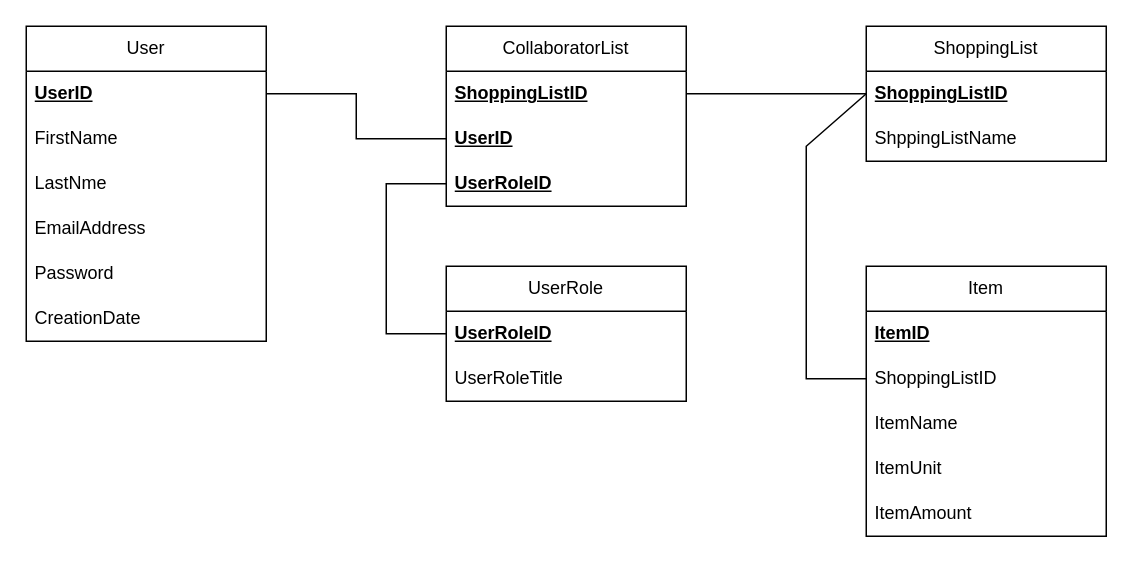
This is Shopping_List_Database_Draft_Schema.drawio from BS-Portfolio/DotShoppingList, a draw.io file, before an edit. Source tidied: cells renumbered, new cells numbered last; positions are measured from the earlier drawing's top-left corner, leaving out a move shared by most shapes. Both pictures are drawn from the tidied source at 150%, with x=0, y=0 at pixel (26, 26).
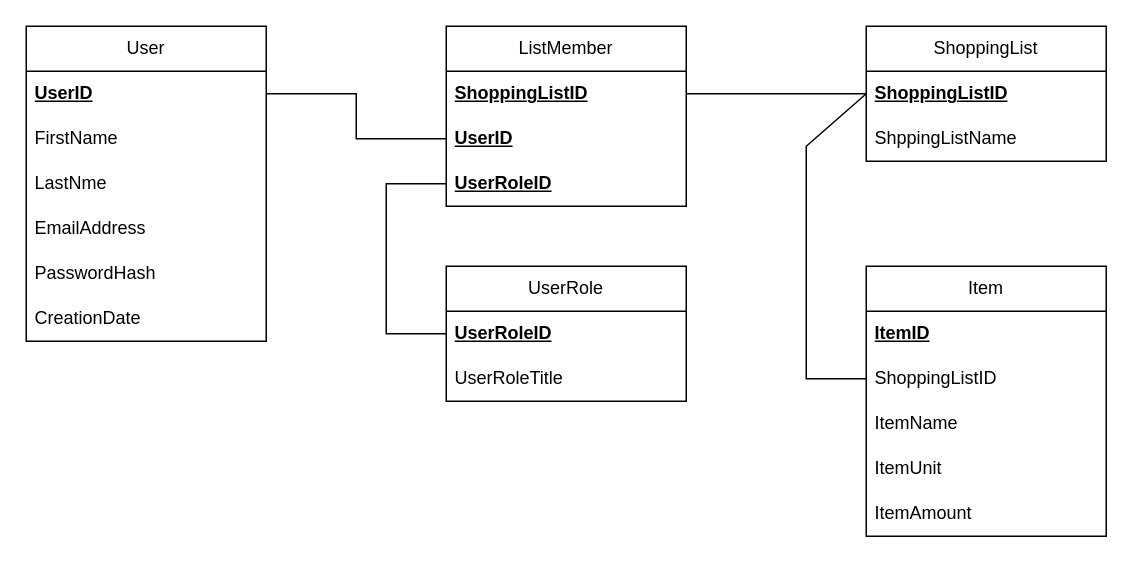
After the change.

The change refers to these unchanged cells:
```xml
<mxCell id="2" value="User" style="swimlane;fontStyle=0;horizontal=1;startSize=30;whiteSpace=wrap;html=1;" parent="1" vertex="1">
  <mxGeometry width="160" height="210" as="geometry" />
</mxCell>
```

Change to the diagram source:
```diff
@@
-    <mxCell id="7" value="Password" style="text;strokeColor=none;fillColor=none;align=left;verticalAlign=middle;spacingLeft=4;spacingRight=4;overflow=hidden;whiteSpace=wrap;html=1;" parent="2" vertex="1">
+    <mxCell id="7" value="PasswordHash" style="text;strokeColor=none;fillColor=none;align=left;verticalAlign=middle;spacingLeft=4;spacingRight=4;overflow=hidden;whiteSpace=wrap;html=1;" parent="2" vertex="1">
       <mxGeometry y="150" width="160" height="30" as="geometry" />
     </mxCell>
@@
-    <mxCell id="15" value="CollaboratorList" style="swimlane;fontStyle=0;horizontal=1;startSize=30;whiteSpace=wrap;html=1;" parent="1" vertex="1">
+    <mxCell id="15" value="ListMember" style="swimlane;fontStyle=0;horizontal=1;startSize=30;whiteSpace=wrap;html=1;" parent="1" vertex="1">
       <mxGeometry x="280" width="160" height="120" as="geometry" />
     </mxCell>
```
